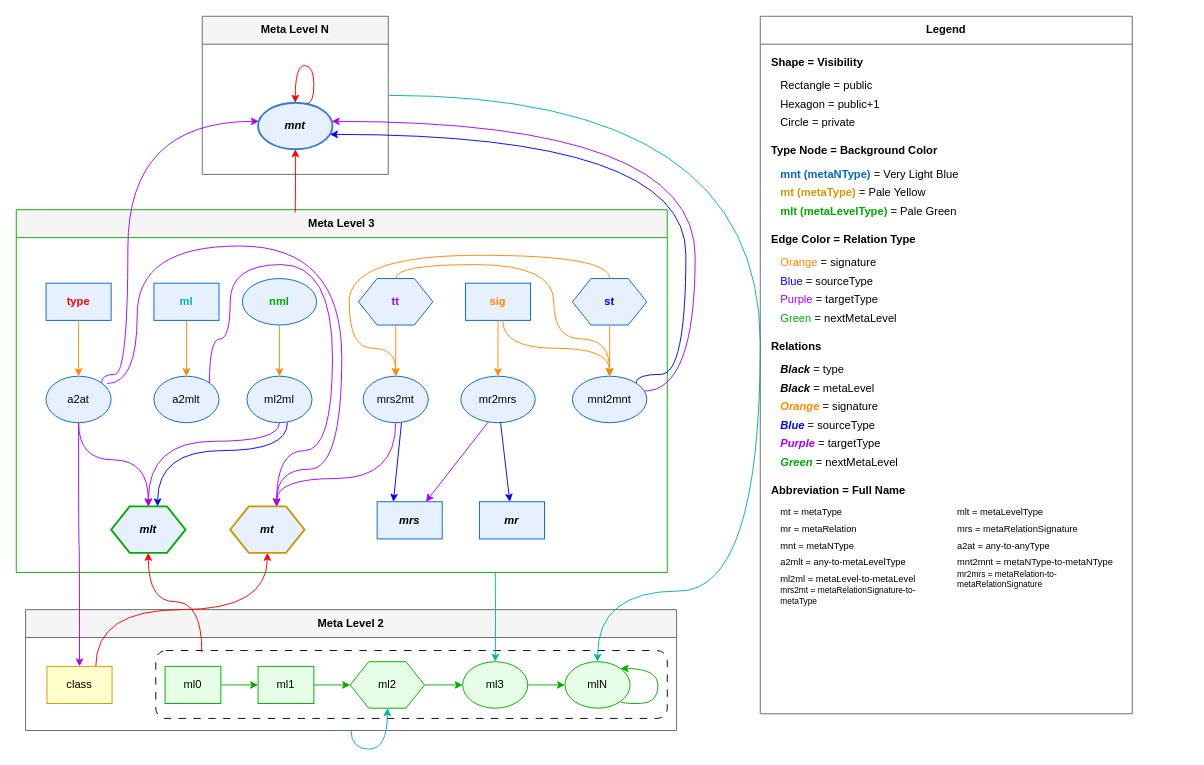
Earlier version of the draw.io diagram complete-graph-styled.drawio (kneissler/trigraph-layer0-metametameta). Source tidied: cells renumbered, new cells numbered last; positions are measured from the earlier drawing's top-left corner, leaving out a move shared by most shapes. Both pictures are drawn from the tidied source at 93%, with x=0, y=0 at pixel (16, 16).
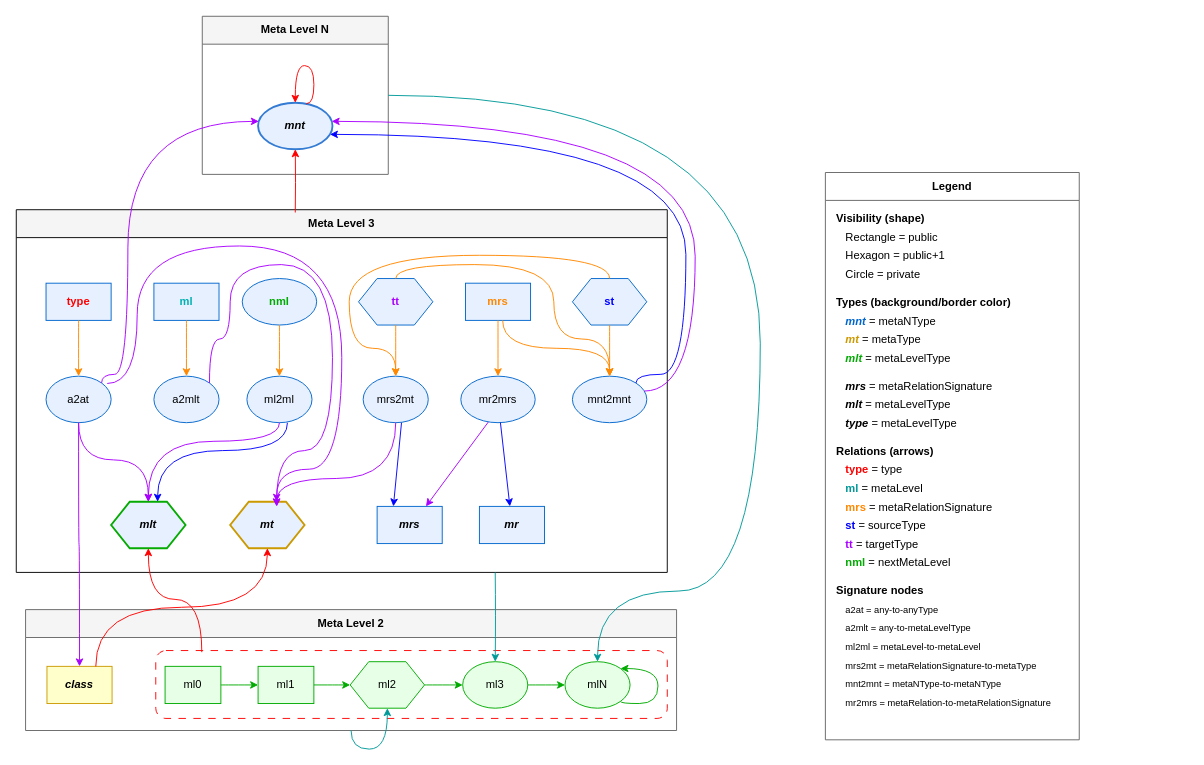
After the change.

Unchanged cells that the change refers to:
```xml
<mxCell id="3" value="Meta Level N" style="swimlane;whiteSpace=wrap;html=1;fillColor=#f5f5f5;strokeColor=#666666;fontStyle=1;startSize=30;" parent="1" vertex="1">
  <mxGeometry x="200" width="200" height="170" as="geometry" />
</mxCell>
<mxCell id="31" value="Meta Level 2" style="swimlane;whiteSpace=wrap;html=1;fillColor=#f5f5f5;strokeColor=#666666;fontStyle=1;startSize=30;" parent="1" vertex="1">
  <mxGeometry x="10" y="638" width="700" height="130" as="geometry" />
</mxCell>
<mxCell id="35" value="ml2" style="shape=hexagon;perimeter=hexagonPerimeter2;whiteSpace=wrap;html=1;fillColor=#E6FFE6;strokeColor=#00AA00;" parent="31" vertex="1">
  <mxGeometry x="349" y="56" width="80" height="50" as="geometry" />
</mxCell>
<mxCell id="36" value="ml3" style="ellipse;whiteSpace=wrap;html=1;fillColor=#E6FFE6;strokeColor=#00AA00;" parent="31" vertex="1">
  <mxGeometry x="470" y="56" width="70" height="50" as="geometry" />
</mxCell>
<mxCell id="37" value="mlN" style="ellipse;whiteSpace=wrap;html=1;fillColor=#E6FFE6;strokeColor=#00AA00;" parent="31" vertex="1">
  <mxGeometry x="580" y="56" width="70" height="50" as="geometry" />
</mxCell>
```

Diff of the diagram source:
```diff
@@
-    <mxCell id="2" style="rounded=1;whiteSpace=wrap;html=1;dashed=1;dashPattern=8 8;" parent="1" vertex="1">
+    <mxCell id="2" style="rounded=1;whiteSpace=wrap;html=1;dashed=1;dashPattern=8 8;strokeColor=#FF0000;" parent="1" vertex="1">
       <mxGeometry x="150" y="682" width="550" height="73" as="geometry" />
     </mxCell>
@@
-    <mxCell id="6" value="Meta Level 3" style="swimlane;whiteSpace=wrap;html=1;fillColor=#f5f5f5;strokeColor=light-dark(#05aa02, #091e09);fontStyle=1;startSize=30;" parent="1" vertex="1">
+    <mxCell id="6" value="Meta Level 3" style="swimlane;whiteSpace=wrap;html=1;fillColor=#f5f5f5;strokeColor=light-dark(#000000,#091E09);fontStyle=1;startSize=30;" parent="1" vertex="1">
       <mxGeometry y="208" width="700" height="390" as="geometry" />
     </mxCell>
     <mxCell id="7" value="&lt;b&gt;&lt;i&gt;&lt;font style=&quot;color: rgb(0, 0, 0);&quot;&gt;mt&lt;/font&gt;&lt;/i&gt;&lt;/b&gt;" style="shape=hexagon;perimeter=hexagonPerimeter2;whiteSpace=wrap;html=1;fillColor=#E6F0FF;strokeColor=light-dark(#cb9900, #181800);strokeWidth=2;" parent="6" vertex="1">
-      <mxGeometry x="230" y="319" width="80" height="50" as="geometry" />
+      <mxGeometry x="230" y="314" width="80" height="50" as="geometry" />
     </mxCell>
     <mxCell id="8" value="&lt;b&gt;&lt;i&gt;&lt;font style=&quot;color: rgb(0, 0, 0);&quot;&gt;mlt&lt;/font&gt;&lt;/i&gt;&lt;/b&gt;" style="shape=hexagon;perimeter=hexagonPerimeter2;whiteSpace=wrap;html=1;fillColor=#E6F0FF;strokeColor=light-dark(#05aa02, #091e09);strokeWidth=2;" parent="6" vertex="1">
-      <mxGeometry x="102" y="319" width="80" height="50" as="geometry" />
+      <mxGeometry x="102" y="314" width="80" height="50" as="geometry" />
     </mxCell>
     <mxCell id="9" value="&lt;b&gt;&lt;i&gt;mr&lt;/i&gt;&lt;/b&gt;" style="rounded=0;whiteSpace=wrap;html=1;fillColor=#E6F0FF;strokeColor=#0066CC;" parent="6" vertex="1">
-      <mxGeometry x="498" y="314" width="70" height="40" as="geometry" />
+      <mxGeometry x="498" y="319" width="70" height="40" as="geometry" />
     </mxCell>
     <mxCell id="10" value="&lt;b&gt;&lt;i&gt;mrs&lt;/i&gt;&lt;/b&gt;" style="rounded=0;whiteSpace=wrap;html=1;fillColor=#E6F0FF;strokeColor=#0066CC;" parent="6" vertex="1">
-      <mxGeometry x="388" y="314" width="70" height="40" as="geometry" />
+      <mxGeometry x="388" y="319" width="70" height="40" as="geometry" />
     </mxCell>
@@
-    <mxCell id="26" value="&lt;b&gt;&lt;font color=&quot;#FF8800&quot;&gt;sig&lt;/font&gt;&lt;/b&gt;" style="rounded=0;whiteSpace=wrap;html=1;fillColor=#E6F0FF;strokeColor=#0066CC;" parent="6" vertex="1">
+    <mxCell id="26" value="&lt;b&gt;&lt;font color=&quot;#FF8800&quot;&gt;mrs&lt;/font&gt;&lt;/b&gt;" style="rounded=0;whiteSpace=wrap;html=1;fillColor=#E6F0FF;strokeColor=#0066CC;" parent="6" vertex="1">
       <mxGeometry x="483" y="79" width="70" height="40" as="geometry" />
     </mxCell>
@@
-    <mxCell id="32" value="class" style="rounded=0;whiteSpace=wrap;html=1;fillColor=#FFFFCC;strokeColor=#CC9900;" parent="31" vertex="1">
+    <mxCell id="32" value="&lt;b&gt;&lt;i&gt;class&lt;/i&gt;&lt;/b&gt;" style="rounded=0;whiteSpace=wrap;html=1;fillColor=#FFFFCC;strokeColor=#CC9900;" parent="31" vertex="1">
       <mxGeometry x="23" y="61" width="70" height="40" as="geometry" />
     </mxCell>
@@
-    <mxCell id="39" style="edgeStyle=orthogonalEdgeStyle;rounded=0;jettySize=auto;html=1;strokeColor=light-dark(#00B0B0,#EDEDED);endArrow=classic;curved=1;entryX=0.5;entryY=1;entryDx=0;entryDy=0;exitX=0.5;exitY=1;exitDx=0;exitDy=0;" parent="31" edge="1" source="31" target="35">
+    <mxCell id="39" style="edgeStyle=orthogonalEdgeStyle;rounded=0;jettySize=auto;html=1;strokeColor=light-dark(#009999,#EDEDED);endArrow=classic;curved=1;entryX=0.5;entryY=1;entryDx=0;entryDy=0;exitX=0.5;exitY=1;exitDx=0;exitDy=0;" parent="31" edge="1" source="31" target="35">
       <mxGeometry relative="1" as="geometry" />
     </mxCell>
@@
-    <mxCell id="59" style="edgeStyle=orthogonalEdgeStyle;rounded=0;jettySize=auto;html=1;strokeColor=light-dark(#00B0B0,#EDEDED);endArrow=classic;curved=1;entryX=0.5;entryY=0;entryDx=0;entryDy=0;" parent="1" edge="1" target="36">
+    <mxCell id="59" style="edgeStyle=orthogonalEdgeStyle;rounded=0;jettySize=auto;html=1;strokeColor=light-dark(#009999,#EDEDED);endArrow=classic;curved=1;entryX=0.5;entryY=0;entryDx=0;entryDy=0;" parent="1" edge="1" target="36">
       <mxGeometry relative="1" as="geometry">
         <mxPoint x="515" y="598" as="sourcePoint" />
       </mxGeometry>
     </mxCell>
@@
-    <mxCell id="61" style="edgeStyle=orthogonalEdgeStyle;rounded=0;jettySize=auto;html=1;strokeColor=light-dark(#00B0B0,#EDEDED);endArrow=classic;curved=1;entryX=0.5;entryY=0;entryDx=0;entryDy=0;exitX=1;exitY=0.5;exitDx=0;exitDy=0;" parent="1" edge="1" source="3" target="37">
+    <mxCell id="61" style="edgeStyle=orthogonalEdgeStyle;rounded=0;jettySize=auto;html=1;strokeColor=light-dark(#009999,#EDEDED);endArrow=classic;curved=1;entryX=0.5;entryY=0;entryDx=0;entryDy=0;exitX=1;exitY=0.5;exitDx=0;exitDy=0;" parent="1" edge="1" source="3" target="37">
       <mxGeometry relative="1" as="geometry">
         <Array as="points">
           <mxPoint x="800" y="85" />
           <mxPoint x="800" y="618" />
           <mxPoint x="625" y="618" />
         </Array>
       </mxGeometry>
     </mxCell>
@@
     <mxCell id="63" value="&lt;b&gt;Legend&lt;/b&gt;" style="swimlane;whiteSpace=wrap;html=1;fillColor=#ffffff;strokeColor=#666666;fontStyle=1;startSize=30;" parent="1" vertex="1">
-      <mxGeometry x="800" width="400" height="750" as="geometry" />
+      <mxGeometry x="870" y="168" width="273" height="610" as="geometry" />
     </mxCell>
-    <mxCell id="64" value="&lt;b&gt;Shape = Visibility&lt;/b&gt;" style="text;html=1;align=left;verticalAlign=middle;whiteSpace=wrap;fontStyle=1;" parent="63" vertex="1">
+    <mxCell id="64" value="&lt;b&gt;Visibility (shape)&lt;/b&gt;" style="text;html=1;align=left;verticalAlign=middle;whiteSpace=wrap;fontStyle=1;" parent="63" vertex="1">
       <mxGeometry x="10" y="40" width="380" height="20" as="geometry" />
     </mxCell>
     <mxCell id="65" value="Rectangle = public" style="text;html=1;align=left;verticalAlign=middle;whiteSpace=wrap;" parent="63" vertex="1">
-      <mxGeometry x="20" y="65" width="360" height="20" as="geometry" />
+      <mxGeometry x="20" y="60" width="360" height="20" as="geometry" />
     </mxCell>
     <mxCell id="66" value="Hexagon = public+1" style="text;html=1;align=left;verticalAlign=middle;whiteSpace=wrap;" parent="63" vertex="1">
-      <mxGeometry x="20" y="85" width="360" height="20" as="geometry" />
+      <mxGeometry x="20" y="80" width="360" height="20" as="geometry" />
     </mxCell>
     <mxCell id="67" value="Circle = private" style="text;html=1;align=left;verticalAlign=middle;whiteSpace=wrap;" parent="63" vertex="1">
-      <mxGeometry x="20" y="105" width="360" height="20" as="geometry" />
+      <mxGeometry x="20" y="100" width="360" height="20" as="geometry" />
     </mxCell>
-    <mxCell id="68" value="&lt;b&gt;Type Node = Background Color&lt;/b&gt;" style="text;html=1;align=left;verticalAlign=middle;whiteSpace=wrap;fontStyle=1;" parent="63" vertex="1">
-      <mxGeometry x="10" y="135" width="380" height="20" as="geometry" />
+    <mxCell id="68" value="&lt;b&gt;Types (background/border color)&lt;/b&gt;" style="text;html=1;align=left;verticalAlign=middle;whiteSpace=wrap;fontStyle=1;" parent="63" vertex="1">
+      <mxGeometry x="10" y="130" width="380" height="20" as="geometry" />
     </mxCell>
-    <mxCell id="69" value="&lt;b&gt;&lt;font color=&quot;#0066CC&quot;&gt;mnt (metaNType)&lt;/font&gt;&lt;/b&gt; = Very Light Blue" style="text;html=1;align=left;verticalAlign=middle;whiteSpace=wrap;" parent="63" vertex="1">
-      <mxGeometry x="20" y="160" width="360" height="20" as="geometry" />
+    <mxCell id="69" value="&lt;b&gt;&lt;font color=&quot;#0066CC&quot;&gt;&lt;i&gt;mnt&lt;/i&gt;&lt;/font&gt;&lt;/b&gt;&amp;nbsp;= metaNType" style="text;html=1;align=left;verticalAlign=middle;whiteSpace=wrap;" parent="63" vertex="1">
+      <mxGeometry x="20" y="150" width="360" height="20" as="geometry" />
     </mxCell>
-    <mxCell id="70" value="&lt;b&gt;&lt;font color=&quot;#CC9900&quot;&gt;mt (metaType)&lt;/font&gt;&lt;/b&gt; = Pale Yellow" style="text;html=1;align=left;verticalAlign=middle;whiteSpace=wrap;" parent="63" vertex="1">
-      <mxGeometry x="20" y="180" width="360" height="20" as="geometry" />
+    <mxCell id="70" value="&lt;b&gt;&lt;font color=&quot;#CC9900&quot;&gt;&lt;i&gt;mt&lt;/i&gt;&lt;/font&gt;&lt;/b&gt;&amp;nbsp;= metaType" style="text;html=1;align=left;verticalAlign=middle;whiteSpace=wrap;" parent="63" vertex="1">
+      <mxGeometry x="20" y="170" width="360" height="20" as="geometry" />
     </mxCell>
-    <mxCell id="71" value="&lt;b&gt;&lt;font color=&quot;#00AA00&quot;&gt;mlt (metaLevelType)&lt;/font&gt;&lt;/b&gt; = Pale Green" style="text;html=1;align=left;verticalAlign=middle;whiteSpace=wrap;" parent="63" vertex="1">
-      <mxGeometry x="20" y="200" width="360" height="20" as="geometry" />
+    <mxCell id="71" value="&lt;b&gt;&lt;font color=&quot;#00AA00&quot;&gt;&lt;i&gt;mlt&lt;/i&gt;&lt;/font&gt;&lt;/b&gt;&amp;nbsp;= metaLevelType" style="text;html=1;align=left;verticalAlign=middle;whiteSpace=wrap;" parent="63" vertex="1">
+      <mxGeometry x="20" y="190" width="360" height="20" as="geometry" />
     </mxCell>
+    <mxCell id="88" value="&lt;font style=&quot;font-size: 12px;&quot;&gt;&lt;b&gt;&lt;i&gt;mrs&lt;/i&gt;&lt;/b&gt; = metaRelationSignature&lt;/font&gt;" style="text;html=1;align=left;verticalAlign=middle;whiteSpace=wrap;fontSize=10;" parent="63" vertex="1">
+      <mxGeometry x="20" y="220" width="240" height="20" as="geometry" />
+    </mxCell>
+    <mxCell id="86" value="&lt;font style=&quot;font-size: 12px;&quot;&gt;&lt;b&gt;&lt;i&gt;mlt&lt;/i&gt;&lt;/b&gt; = metaLevelType&lt;/font&gt;" style="text;html=1;align=left;verticalAlign=middle;whiteSpace=wrap;fontSize=10;" parent="63" vertex="1">
+      <mxGeometry x="20" y="240" width="240" height="20" as="geometry" />
+    </mxCell>
+    <mxCell id="96" value="&lt;font style=&quot;font-size: 12px;&quot;&gt;&lt;i&gt;&lt;b&gt;type&lt;/b&gt;&lt;/i&gt; = metaLevelType&lt;/font&gt;" style="text;html=1;align=left;verticalAlign=middle;whiteSpace=wrap;fontSize=10;" parent="63" vertex="1">
+      <mxGeometry x="20" y="260" width="240" height="20" as="geometry" />
+    </mxCell>
-    <mxCell id="72" value="&lt;b&gt;Edge Color = Relation Type&lt;/b&gt;" style="text;html=1;align=left;verticalAlign=middle;whiteSpace=wrap;fontStyle=1;" parent="63" vertex="1">
-      <mxGeometry x="10" y="230" width="380" height="20" as="geometry" />
+    <mxCell id="72" value="&lt;b&gt;Relations (arrows)&lt;/b&gt;" style="text;html=1;align=left;verticalAlign=middle;whiteSpace=wrap;fontStyle=1;" parent="63" vertex="1">
+      <mxGeometry x="10" y="290" width="380" height="20" as="geometry" />
     </mxCell>
+    <mxCell id="97" value="&lt;font style=&quot;color: rgb(255, 0, 0);&quot;&gt;&lt;b&gt;type&lt;/b&gt;&lt;/font&gt; = type" style="text;html=1;align=left;verticalAlign=middle;whiteSpace=wrap;" parent="63" vertex="1">
+      <mxGeometry x="20" y="310" width="240" height="20" as="geometry" />
+    </mxCell>
+    <mxCell id="98" value="&lt;font style=&quot;color: rgb(0, 153, 153);&quot;&gt;&lt;b&gt;ml&lt;/b&gt;&lt;/font&gt; = metaLevel" style="text;html=1;align=left;verticalAlign=middle;whiteSpace=wrap;" parent="63" vertex="1">
+      <mxGeometry x="20" y="330" width="240" height="20" as="geometry" />
+    </mxCell>
-    <mxCell id="73" value="&lt;font color=&quot;#FF8800&quot;&gt;Orange&lt;/font&gt; = signature" style="text;html=1;align=left;verticalAlign=middle;whiteSpace=wrap;" parent="63" vertex="1">
-      <mxGeometry x="20" y="255" width="360" height="20" as="geometry" />
+    <mxCell id="73" value="&lt;font color=&quot;#FF8800&quot;&gt;&lt;b&gt;mrs&lt;/b&gt;&lt;/font&gt;&amp;nbsp;= metaRelationSignature" style="text;html=1;align=left;verticalAlign=middle;whiteSpace=wrap;" parent="63" vertex="1">
+      <mxGeometry x="20" y="350" width="240" height="20" as="geometry" />
     </mxCell>
-    <mxCell id="74" value="&lt;font color=&quot;#0000FF&quot;&gt;Blue&lt;/font&gt; = sourceType" style="text;html=1;align=left;verticalAlign=middle;whiteSpace=wrap;" parent="63" vertex="1">
-      <mxGeometry x="20" y="275" width="360" height="20" as="geometry" />
+    <mxCell id="74" value="&lt;font color=&quot;#0000FF&quot;&gt;&lt;b&gt;st&lt;/b&gt;&lt;/font&gt;&amp;nbsp;= sourceType" style="text;html=1;align=left;verticalAlign=middle;whiteSpace=wrap;" parent="63" vertex="1">
+      <mxGeometry x="20" y="370" width="240" height="20" as="geometry" />
     </mxCell>
-    <mxCell id="75" value="&lt;font color=&quot;#AA00FF&quot;&gt;Purple&lt;/font&gt; = targetType" style="text;html=1;align=left;verticalAlign=middle;whiteSpace=wrap;" parent="63" vertex="1">
-      <mxGeometry x="20" y="295" width="360" height="20" as="geometry" />
+    <mxCell id="75" value="&lt;font color=&quot;#aa00ff&quot;&gt;&lt;b&gt;tt&lt;/b&gt;&lt;/font&gt; = targetType" style="text;html=1;align=left;verticalAlign=middle;whiteSpace=wrap;" parent="63" vertex="1">
+      <mxGeometry x="20" y="390" width="240" height="20" as="geometry" />
     </mxCell>
-    <mxCell id="76" value="&lt;font color=&quot;#00AA00&quot;&gt;Green&lt;/font&gt; = nextMetaLevel" style="text;html=1;align=left;verticalAlign=middle;whiteSpace=wrap;" parent="63" vertex="1">
-      <mxGeometry x="20" y="315" width="360" height="20" as="geometry" />
+    <mxCell id="76" value="&lt;font color=&quot;#00AA00&quot;&gt;&lt;b&gt;nml&lt;/b&gt;&lt;/font&gt;&amp;nbsp;= nextMetaLevel" style="text;html=1;align=left;verticalAlign=middle;whiteSpace=wrap;" parent="63" vertex="1">
+      <mxGeometry x="20" y="410" width="240" height="20" as="geometry" />
     </mxCell>
-    <mxCell id="77" value="&lt;b&gt;Relations&lt;/b&gt;" style="text;html=1;align=left;verticalAlign=middle;whiteSpace=wrap;fontStyle=1;" parent="63" vertex="1">
-      <mxGeometry x="10" y="345" width="380" height="20" as="geometry" />
-    </mxCell>
-    <mxCell id="78" value="&lt;b&gt;&lt;i&gt;Black&lt;/i&gt;&lt;/b&gt; = type" style="text;html=1;align=left;verticalAlign=middle;whiteSpace=wrap;" parent="63" vertex="1">
-      <mxGeometry x="20" y="370" width="360" height="20" as="geometry" />
-    </mxCell>
-    <mxCell id="79" value="&lt;b&gt;&lt;i&gt;Black&lt;/i&gt;&lt;/b&gt; = metaLevel" style="text;html=1;align=left;verticalAlign=middle;whiteSpace=wrap;" parent="63" vertex="1">
-      <mxGeometry x="20" y="390" width="360" height="20" as="geometry" />
-    </mxCell>
-    <mxCell id="80" value="&lt;b&gt;&lt;i&gt;&lt;font color=&quot;#FF8800&quot;&gt;Orange&lt;/font&gt;&lt;/i&gt;&lt;/b&gt; = signature" style="text;html=1;align=left;verticalAlign=middle;whiteSpace=wrap;" parent="63" vertex="1">
-      <mxGeometry x="20" y="410" width="360" height="20" as="geometry" />
-    </mxCell>
-    <mxCell id="81" value="&lt;b&gt;&lt;i&gt;&lt;font color=&quot;#0000FF&quot;&gt;Blue&lt;/font&gt;&lt;/i&gt;&lt;/b&gt; = sourceType" style="text;html=1;align=left;verticalAlign=middle;whiteSpace=wrap;" parent="63" vertex="1">
-      <mxGeometry x="20" y="430" width="360" height="20" as="geometry" />
-    </mxCell>
-    <mxCell id="82" value="&lt;b&gt;&lt;i&gt;&lt;font color=&quot;#AA00FF&quot;&gt;Purple&lt;/font&gt;&lt;/i&gt;&lt;/b&gt; = targetType" style="text;html=1;align=left;verticalAlign=middle;whiteSpace=wrap;" parent="63" vertex="1">
-      <mxGeometry x="20" y="450" width="360" height="20" as="geometry" />
-    </mxCell>
-    <mxCell id="83" value="&lt;b&gt;&lt;i&gt;&lt;font color=&quot;#00AA00&quot;&gt;Green&lt;/font&gt;&lt;/i&gt;&lt;/b&gt; = nextMetaLevel" style="text;html=1;align=left;verticalAlign=middle;whiteSpace=wrap;" parent="63" vertex="1">
-      <mxGeometry x="20" y="470" width="360" height="20" as="geometry" />
-    </mxCell>
-    <mxCell id="84" value="&lt;b&gt;Abbreviation = Full Name&lt;/b&gt;" style="text;html=1;align=left;verticalAlign=middle;whiteSpace=wrap;fontStyle=1;" parent="63" vertex="1">
-      <mxGeometry x="10" y="500" width="380" height="20" as="geometry" />
+    <mxCell id="84" value="&lt;b&gt;Signature nodes&lt;/b&gt;" style="text;html=1;align=left;verticalAlign=middle;whiteSpace=wrap;fontStyle=1;" parent="63" vertex="1">
+      <mxGeometry x="10" y="440" width="380" height="20" as="geometry" />
     </mxCell>
-    <mxCell id="85" value="mt = metaType" style="text;html=1;align=left;verticalAlign=middle;whiteSpace=wrap;fontSize=10;" parent="63" vertex="1">
-      <mxGeometry x="20" y="525" width="170" height="15" as="geometry" />
-    </mxCell>
-    <mxCell id="86" value="mlt = metaLevelType" style="text;html=1;align=left;verticalAlign=middle;whiteSpace=wrap;fontSize=10;" parent="63" vertex="1">
-      <mxGeometry x="210" y="525" width="170" height="15" as="geometry" />
-    </mxCell>
-    <mxCell id="87" value="mr = metaRelation" style="text;html=1;align=left;verticalAlign=middle;whiteSpace=wrap;fontSize=10;" parent="63" vertex="1">
-      <mxGeometry x="20" y="543" width="170" height="15" as="geometry" />
-    </mxCell>
-    <mxCell id="88" value="mrs = metaRelationSignature" style="text;html=1;align=left;verticalAlign=middle;whiteSpace=wrap;fontSize=10;" parent="63" vertex="1">
-      <mxGeometry x="210" y="543" width="170" height="15" as="geometry" />
-    </mxCell>
-    <mxCell id="89" value="mnt = metaNType" style="text;html=1;align=left;verticalAlign=middle;whiteSpace=wrap;fontSize=10;" parent="63" vertex="1">
-      <mxGeometry x="20" y="561" width="170" height="15" as="geometry" />
-    </mxCell>
     <mxCell id="90" value="a2at = any-to-anyType" style="text;html=1;align=left;verticalAlign=middle;whiteSpace=wrap;fontSize=10;" parent="63" vertex="1">
-      <mxGeometry x="210" y="561" width="170" height="15" as="geometry" />
+      <mxGeometry x="20" y="460" width="240" height="20" as="geometry" />
     </mxCell>
     <mxCell id="91" value="a2mlt = any-to-metaLevelType" style="text;html=1;align=left;verticalAlign=middle;whiteSpace=wrap;fontSize=10;" parent="63" vertex="1">
-      <mxGeometry x="20" y="579" width="170" height="15" as="geometry" />
+      <mxGeometry x="20" y="480" width="240" height="20" as="geometry" />
     </mxCell>
+    <mxCell id="93" value="ml2ml = metaLevel-to-metaLevel" style="text;html=1;align=left;verticalAlign=middle;whiteSpace=wrap;fontSize=10;" parent="63" vertex="1">
+      <mxGeometry x="20" y="500" width="240" height="20" as="geometry" />
+    </mxCell>
+    <mxCell id="95" value="&lt;font style=&quot;font-size: 10px;&quot;&gt;mrs2mt = metaRelationSignature-to-metaType&lt;/font&gt;" style="text;html=1;align=left;verticalAlign=middle;whiteSpace=wrap;fontSize=9;" parent="63" vertex="1">
+      <mxGeometry x="20" y="520" width="240" height="20" as="geometry" />
+    </mxCell>
     <mxCell id="92" value="mnt2mnt = metaNType-to-metaNType" style="text;html=1;align=left;verticalAlign=middle;whiteSpace=wrap;fontSize=10;" parent="63" vertex="1">
-      <mxGeometry x="210" y="579" width="170" height="15" as="geometry" />
+      <mxGeometry x="20" y="540" width="240" height="20" as="geometry" />
     </mxCell>
-    <mxCell id="93" value="ml2ml = metaLevel-to-metaLevel" style="text;html=1;align=left;verticalAlign=middle;whiteSpace=wrap;fontSize=10;" parent="63" vertex="1">
-      <mxGeometry x="20" y="597" width="170" height="15" as="geometry" />
-    </mxCell>
-    <mxCell id="94" value="mr2mrs = metaRelation-to-metaRelationSignature" style="text;html=1;align=left;verticalAlign=middle;whiteSpace=wrap;fontSize=9;" parent="63" vertex="1">
-      <mxGeometry x="210" y="597" width="170" height="15" as="geometry" />
+    <mxCell id="94" value="&lt;font style=&quot;font-size: 10px;&quot;&gt;mr2mrs = metaRelation-to-metaRelationSignature&lt;/font&gt;" style="text;html=1;align=left;verticalAlign=middle;whiteSpace=wrap;fontSize=9;" parent="63" vertex="1">
+      <mxGeometry x="20" y="560" width="240" height="20" as="geometry" />
     </mxCell>
-    <mxCell id="95" value="mrs2mt = metaRelationSignature-to-metaType" style="text;html=1;align=left;verticalAlign=middle;whiteSpace=wrap;fontSize=9;" parent="63" vertex="1">
-      <mxGeometry x="20" y="615" width="170" height="15" as="geometry" />
-    </mxCell>
```
